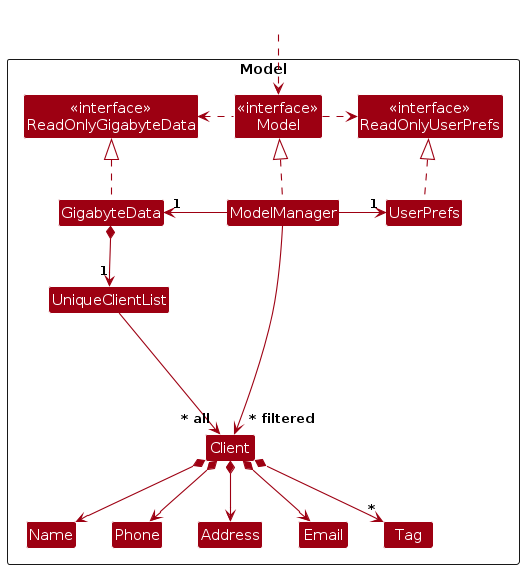
Before: diagrams/ModelClassDiagram.png, a diagram exported from PlantUML (AY2627S1-CS2103T-W14-4/tp). Its source is kept beside it as diagrams/ModelClassDiagram.puml.
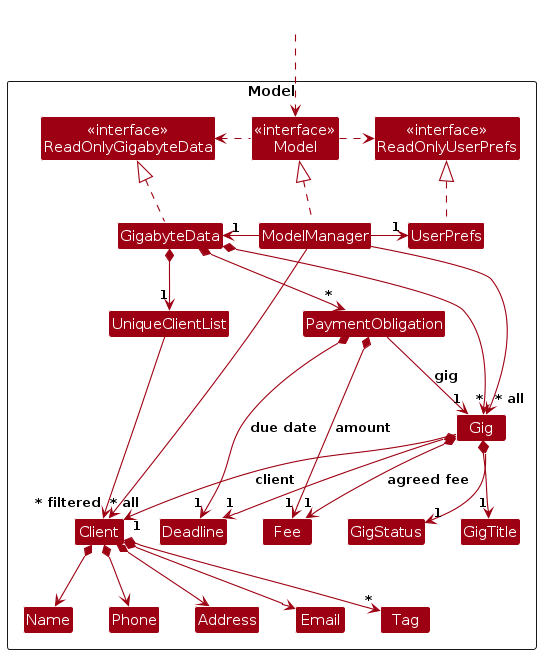
The same file after the commit.

The edit, as a diff of the source:
```diff
@@ -19,6 +19,12 @@
 Class Name
 Class Phone
 Class Tag
+Class Gig
+Class GigTitle
+Class GigStatus
+Class Deadline
+Class Fee
+Class PaymentObligation
 
 Class I #FFFFFF
 }
@@ -36,12 +42,22 @@
 UserPrefs .up.|> ReadOnlyUserPrefs
 
 GigabyteData *--> "1" UniqueClientList
+GigabyteData *--> "*" Gig
+GigabyteData *--> "*" PaymentObligation
 UniqueClientList --> "~* all" Client
 Client *--> Name
 Client *--> Phone
 Client *--> Email
 Client *--> Address
 Client *--> "*" Tag
+Gig --> "1" Client : client
+Gig *--> "1" GigTitle
+Gig *--> "1" GigStatus
+Gig *--> "1" Deadline
+Gig *--> "1" Fee : agreed fee
+PaymentObligation --> "1" Gig : gig
+PaymentObligation *--> "1" Fee : amount
+PaymentObligation *--> "1" Deadline : due date
 
 Client -[hidden]up--> I
 UniqueClientList -[hidden]right-> I
@@ -51,4 +67,5 @@
 Address -[hidden]right-> Email
 
 ModelManager --> "~* filtered" Client
+ModelManager --> "~* all" Gig
 @enduml
```
